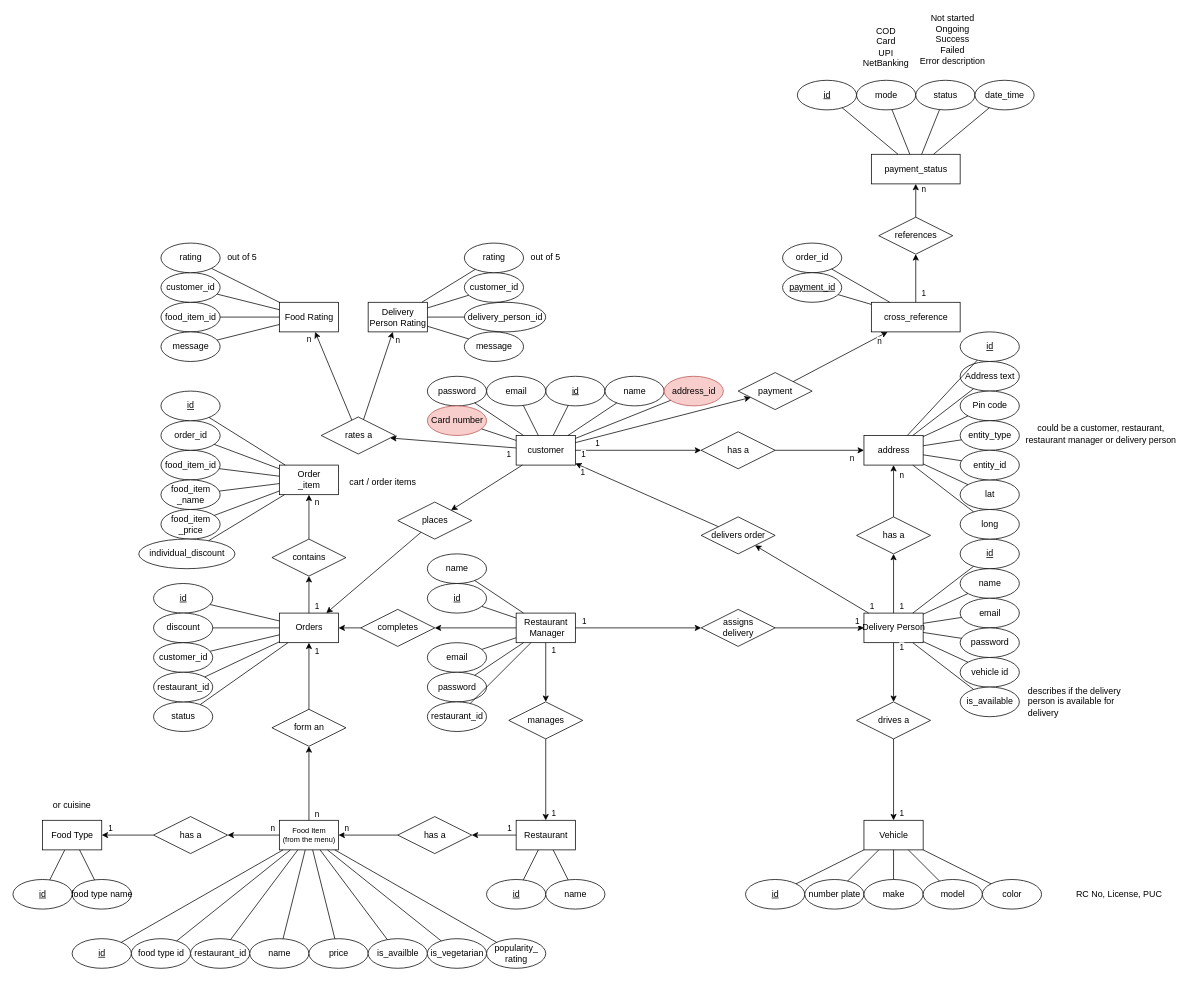
This is diagrams/ER/ER diagram.drawio from callofthewild/hunger-buzz, a draw.io file, before an edit. Source tidied: cells renumbered, new cells numbered last; positions are measured from the earlier drawing's top-left corner, leaving out a move shared by most shapes. Both pictures are drawn from the tidied source at 74%, with x=0, y=0 at pixel (13, 13).
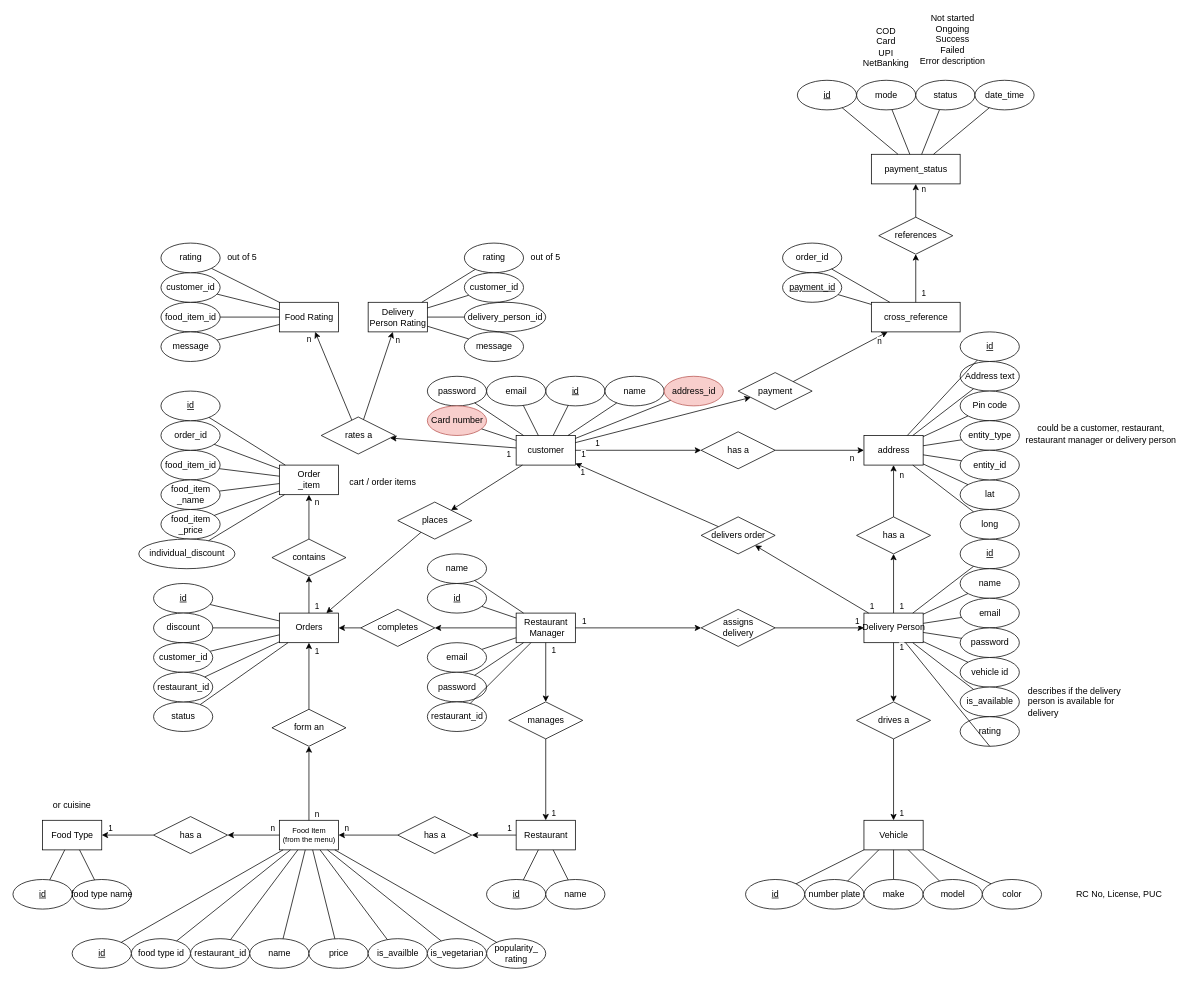
Above is the later version.

Commit message:
added rating for delivery person

The change refers to these unchanged cells:
```xml
<mxCell id="26" value="Delivery Person" style="rounded=0;html=1;" parent="1" vertex="1">
  <mxGeometry x="1150" y="810" width="80" height="40" as="geometry" />
</mxCell>
```

Diff of the diagram source:
```diff
@@
+    <mxCell id="230" value="rating" style="ellipse;html=1;align=center;" parent="1" vertex="1">
+      <mxGeometry x="1280" y="950" width="80" height="40" as="geometry" />
+    </mxCell>
+    <mxCell id="231" style="endArrow=none;html=1;rounded=0;entryX=0.5;entryY=1;entryDx=0;entryDy=0;" parent="1" edge="1" source="26" target="230">
+      <mxGeometry relative="1" as="geometry" />
+    </mxCell>
```
